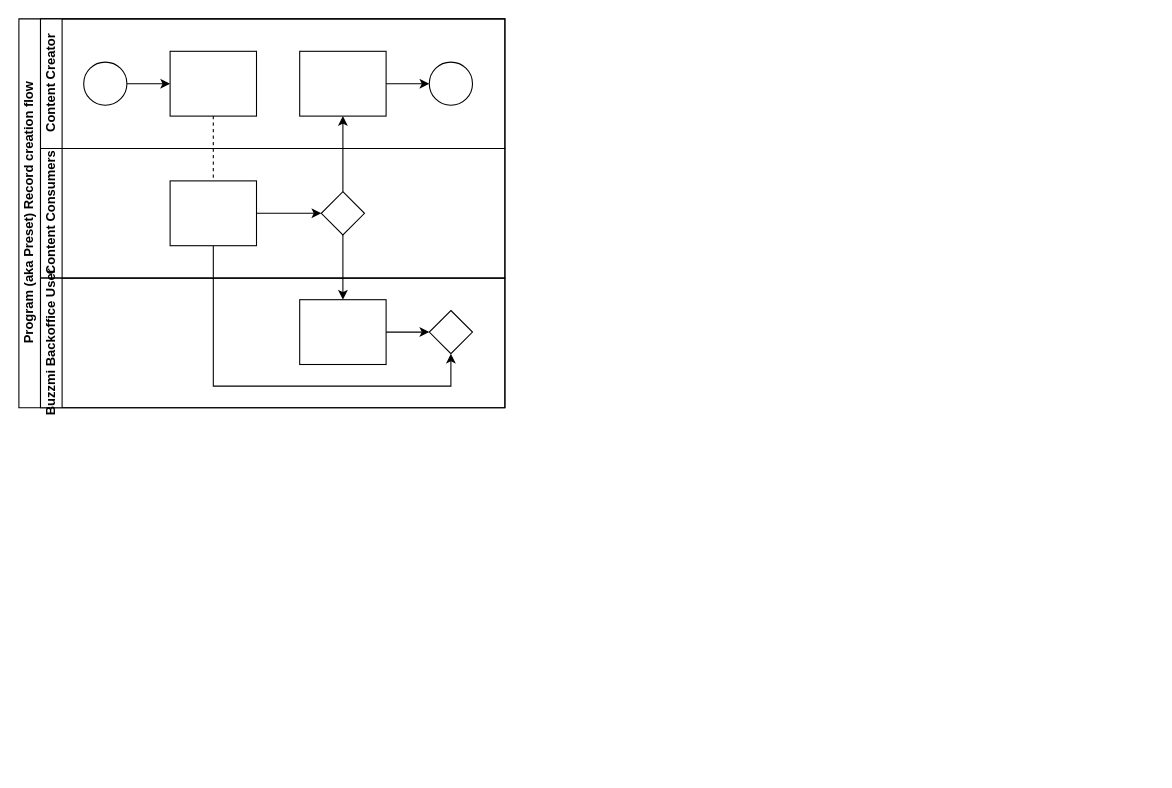
Above: Buzzmi_Program_Content_Form.drawio in Adityacs001/snippet (draw.io), before the change. Source tidied: cells renumbered, new cells numbered last; positions are measured from the earlier drawing's top-left corner, leaving out a move shared by most shapes. Both pictures are drawn from the tidied source at 108%, with x=0, y=0 at pixel (18, 18).
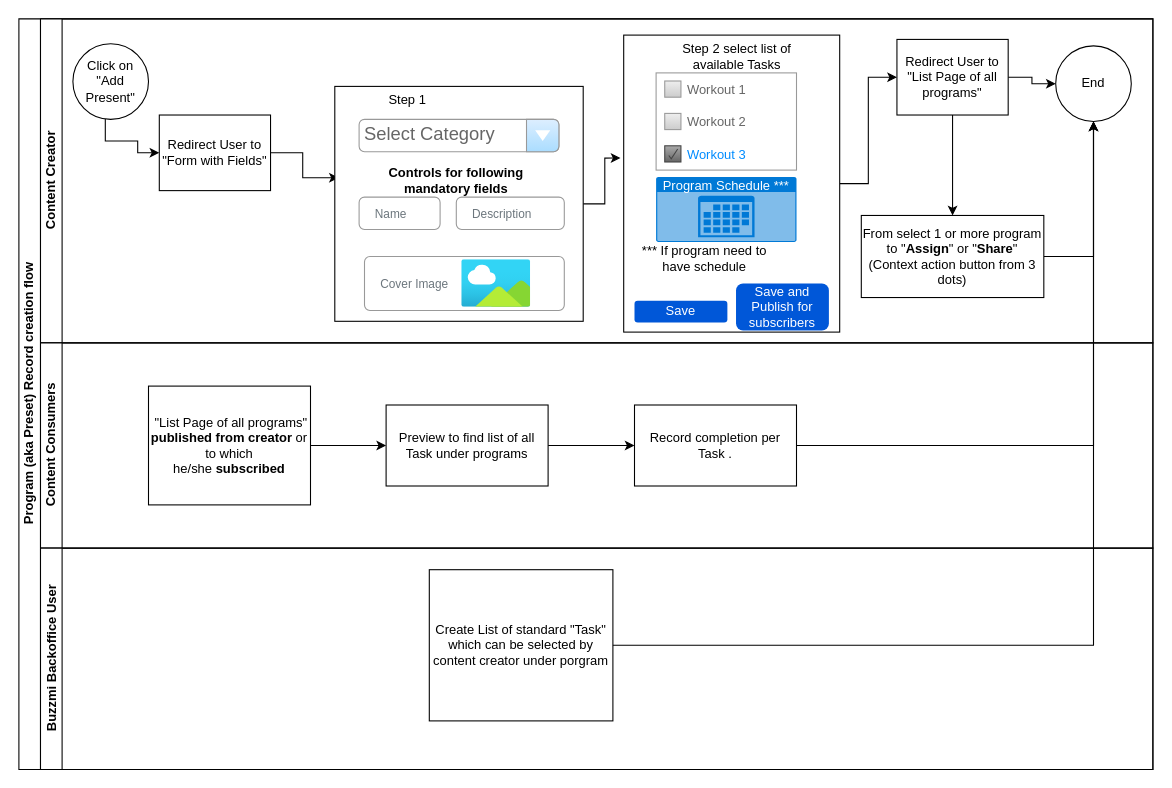
The same diagram, later.

Change to the diagram source:
```diff
@@
     <mxCell id="2" value="Program (aka Preset) Record creation flow" style="swimlane;html=1;horizontal=0;startSize=20;" parent="1" vertex="1">
-      <mxGeometry width="450" height="360" as="geometry" />
+      <mxGeometry width="1050" height="695" as="geometry" />
     </mxCell>
-    <mxCell id="3" style="edgeStyle=orthogonalEdgeStyle;rounded=0;jettySize=auto;html=1;dashed=1;endArrow=none;endFill=0;" parent="2" edge="1" source="10" target="16">
-      <mxGeometry relative="1" as="geometry" />
-    </mxCell>
-    <mxCell id="4" style="edgeStyle=orthogonalEdgeStyle;rounded=0;jettySize=auto;html=1;endArrow=classic;endFill=1;" parent="2" edge="1" source="17" target="12">
-      <mxGeometry relative="1" as="geometry" />
-    </mxCell>
-    <mxCell id="5" style="edgeStyle=orthogonalEdgeStyle;rounded=0;jettySize=auto;html=1;endArrow=classic;endFill=1;" parent="2" edge="1" source="17" target="20">
-      <mxGeometry relative="1" as="geometry" />
-    </mxCell>
-    <mxCell id="6" style="edgeStyle=orthogonalEdgeStyle;rounded=0;jettySize=auto;html=1;endArrow=classic;endFill=1;" parent="2" edge="1" source="16" target="21">
-      <mxGeometry relative="1" as="geometry">
-        <Array as="points">
-          <mxPoint x="180" y="340" />
-          <mxPoint x="400" y="340" />
-        </Array>
-      </mxGeometry>
-    </mxCell>
     <mxCell id="7" value="Content Creator" style="swimlane;html=1;startSize=20;horizontal=0;" parent="2" vertex="1">
-      <mxGeometry x="20" width="430" height="120" as="geometry" />
+      <mxGeometry x="20" width="1030" height="300" as="geometry" />
     </mxCell>
     <mxCell id="8" style="edgeStyle=orthogonalEdgeStyle;rounded=0;jettySize=auto;html=1;" parent="7" edge="1" source="9" target="10">
-      <mxGeometry relative="1" as="geometry" />
+      <mxGeometry relative="1" as="geometry">
+        <Array as="points">
+          <mxPoint x="60" y="113" />
+          <mxPoint x="90" y="113" />
+          <mxPoint x="90" y="124" />
+        </Array>
+      </mxGeometry>
     </mxCell>
-    <mxCell id="9" style="ellipse;whiteSpace=wrap;html=1;" parent="7" vertex="1">
-      <mxGeometry x="40" y="40" width="40" height="40" as="geometry" />
+    <mxCell id="9" value="Click on &quot;Add Present&quot;" style="ellipse;whiteSpace=wrap;html=1;" parent="7" vertex="1">
+      <mxGeometry x="30" y="23" width="70" height="70" as="geometry" />
     </mxCell>
+    <mxCell id="22" style="edgeStyle=orthogonalEdgeStyle;rounded=0;jettySize=auto;html=1;entryX=0.016;entryY=0.389;entryDx=0;entryDy=0;entryPerimeter=0;" parent="7" edge="1" source="10" target="24">
+      <mxGeometry relative="1" as="geometry" />
+    </mxCell>
-    <mxCell id="10" style="rounded=0;whiteSpace=wrap;html=1;fontFamily=Helvetica;fontSize=12;fontColor=#000000;align=center;" parent="7" vertex="1">
-      <mxGeometry x="120" y="30" width="80" height="60" as="geometry" />
+    <mxCell id="10" value="Redirect User to &quot;Form with Fields&quot;" style="rounded=0;whiteSpace=wrap;html=1;fontFamily=Helvetica;fontSize=12;fontColor=#000000;align=center;" parent="7" vertex="1">
+      <mxGeometry x="110" y="89" width="103" height="70" as="geometry" />
     </mxCell>
-    <mxCell id="11" style="edgeStyle=orthogonalEdgeStyle;rounded=0;jettySize=auto;html=1;endArrow=classic;endFill=1;" parent="7" edge="1" source="12" target="13">
-      <mxGeometry relative="1" as="geometry" />
-    </mxCell>
-    <mxCell id="12" style="rounded=0;whiteSpace=wrap;html=1;fontFamily=Helvetica;fontSize=12;fontColor=#000000;align=center;" parent="7" vertex="1">
-      <mxGeometry x="240" y="30" width="80" height="60" as="geometry" />
-    </mxCell>
-    <mxCell id="13" style="ellipse;whiteSpace=wrap;html=1;" parent="7" vertex="1">
-      <mxGeometry x="360" y="40" width="40" height="40" as="geometry" />
-    </mxCell>
+    <mxCell id="23" style="edgeStyle=orthogonalEdgeStyle;rounded=0;jettySize=auto;html=1;entryX=-0.015;entryY=0.414;entryDx=0;entryDy=0;entryPerimeter=0;" parent="7" edge="1" source="24" target="30">
+      <mxGeometry relative="1" as="geometry" />
+    </mxCell>
+    <mxCell id="24" style="rounded=0;whiteSpace=wrap;html=1;fontFamily=Helvetica;fontSize=12;fontColor=#000000;align=center;" parent="7" vertex="1">
+      <mxGeometry x="272.5" y="62.5" width="230" height="217.5" as="geometry" />
+    </mxCell>
+    <mxCell id="25" value="Select Category" style="strokeWidth=1;shadow=0;dashed=0;align=center;html=1;shape=mxgraph.mockup.forms.comboBox;strokeColor=#999999;fillColor=#ddeeff;align=left;fillColor2=#aaddff;mainText=;fontColor=#666666;fontSize=17;spacingLeft=3;" parent="7" vertex="1">
+      <mxGeometry x="295" y="93" width="185" height="30" as="geometry" />
+    </mxCell>
+    <mxCell id="26" value="Step 1" style="text;html=1;strokeColor=none;fillColor=none;align=center;verticalAlign=middle;whiteSpace=wrap;rounded=0;" parent="7" vertex="1">
+      <mxGeometry x="310" y="70" width="60" height="10" as="geometry" />
+    </mxCell>
+    <mxCell id="27" value="&lt;span style=&quot;font-size: 11px;&quot;&gt;Name&lt;/span&gt;" style="html=1;shadow=0;dashed=0;shape=mxgraph.bootstrap.rrect;rSize=5;fillColor=none;strokeColor=#999999;align=left;spacing=15;fontSize=14;fontColor=#6C767D;" parent="7" vertex="1">
+      <mxGeometry x="295" y="165" width="75" height="30" as="geometry" />
+    </mxCell>
+    <mxCell id="28" value="&lt;b&gt;Controls for following &lt;br&gt;mandatory fields&lt;/b&gt;" style="text;html=1;strokeColor=none;fillColor=none;align=center;verticalAlign=middle;whiteSpace=wrap;rounded=0;" parent="7" vertex="1">
+      <mxGeometry x="280" y="135" width="210" height="30" as="geometry" />
+    </mxCell>
+    <mxCell id="29" style="edgeStyle=orthogonalEdgeStyle;rounded=0;jettySize=auto;html=1;entryX=0;entryY=0.5;entryDx=0;entryDy=0;" parent="7" edge="1" source="30" target="39">
+      <mxGeometry relative="1" as="geometry" />
+    </mxCell>
+    <mxCell id="30" style="rounded=0;whiteSpace=wrap;html=1;fontFamily=Helvetica;fontSize=12;fontColor=#000000;align=center;" parent="7" vertex="1">
+      <mxGeometry x="540" y="15" width="200" height="275" as="geometry" />
+    </mxCell>
+    <mxCell id="31" value="Step 2 select list of available Tasks" style="text;html=1;strokeColor=none;fillColor=none;align=center;verticalAlign=middle;whiteSpace=wrap;rounded=0;" parent="7" vertex="1">
+      <mxGeometry x="580" y="20" width="130" height="30" as="geometry" />
+    </mxCell>
+    <mxCell id="32" style="strokeWidth=1;shadow=0;dashed=0;align=center;html=1;shape=mxgraph.mockup.forms.rrect;rSize=0;strokeColor=#999999;fillColor=#ffffff;" parent="7" vertex="1">
+      <mxGeometry x="570" y="50" width="130" height="90" as="geometry" />
+    </mxCell>
+    <mxCell id="33" value="&lt;font style=&quot;font-size: 12px;&quot;&gt;Workout 1&lt;/font&gt;" style="strokeWidth=1;shadow=0;dashed=0;align=center;html=1;shape=mxgraph.mockup.forms.rrect;rSize=0;fillColor=#eeeeee;strokeColor=#999999;gradientColor=#cccccc;align=left;spacingLeft=4;fontSize=17;fontColor=#666666;labelPosition=right;" parent="32" vertex="1">
+      <mxGeometry x="8" y="7.5" width="15" height="15" as="geometry" />
+    </mxCell>
+    <mxCell id="34" value="&lt;font style=&quot;font-size: 12px;&quot;&gt;Workout 2&lt;/font&gt;" style="strokeWidth=1;shadow=0;dashed=0;align=center;html=1;shape=mxgraph.mockup.forms.rrect;rSize=0;fillColor=#eeeeee;strokeColor=#999999;gradientColor=#cccccc;align=left;spacingLeft=4;fontSize=17;fontColor=#666666;labelPosition=right;" parent="32" vertex="1">
+      <mxGeometry x="8" y="37.5" width="15" height="15" as="geometry" />
+    </mxCell>
+    <mxCell id="35" value="&lt;font style=&quot;font-size: 12px;&quot;&gt;Workout 3&lt;/font&gt;" style="strokeWidth=1;shadow=0;dashed=0;align=center;html=1;shape=mxgraph.mockup.forms.checkbox;rSize=0;fillColor=#aaaaaa;strokeColor=#444444;gradientColor=#666666;align=left;spacingLeft=4;fontSize=17;fontColor=#008cff;labelPosition=right;" parent="32" vertex="1">
+      <mxGeometry x="8" y="67.5" width="15" height="15" as="geometry" />
+    </mxCell>
+    <mxCell id="36" value="Save" style="rounded=1;fillColor=#0057D8;strokeColor=none;html=1;whiteSpace=wrap;fontColor=#ffffff;align=center;verticalAlign=middle;fontStyle=0;fontSize=12;sketch=0;" parent="7" vertex="1">
+      <mxGeometry x="550" y="261" width="86" height="20" as="geometry" />
+    </mxCell>
+    <mxCell id="37" style="edgeStyle=orthogonalEdgeStyle;rounded=0;jettySize=auto;html=1;" parent="7" edge="1" source="39" target="40">
+      <mxGeometry relative="1" as="geometry" />
+    </mxCell>
+    <mxCell id="38" style="edgeStyle=orthogonalEdgeStyle;rounded=0;jettySize=auto;html=1;" parent="7" edge="1" source="39" target="43">
+      <mxGeometry relative="1" as="geometry" />
+    </mxCell>
+    <mxCell id="39" value="Redirect User to &quot;List Page of all programs&quot;" style="rounded=0;whiteSpace=wrap;html=1;fontFamily=Helvetica;fontSize=12;fontColor=#000000;align=center;" parent="7" vertex="1">
+      <mxGeometry x="793" y="19" width="103" height="70" as="geometry" />
+    </mxCell>
+    <mxCell id="40" value="End" style="ellipse;whiteSpace=wrap;html=1;" parent="7" vertex="1">
+      <mxGeometry x="940" y="25" width="70" height="70" as="geometry" />
+    </mxCell>
+    <mxCell id="41" value="Save and Publish for subscribers" style="rounded=1;fillColor=#0057D8;strokeColor=none;html=1;whiteSpace=wrap;fontColor=#ffffff;align=center;verticalAlign=middle;fontStyle=0;fontSize=12;sketch=0;" parent="7" vertex="1">
+      <mxGeometry x="644" y="245" width="86" height="43.5" as="geometry" />
+    </mxCell>
+    <mxCell id="42" style="edgeStyle=orthogonalEdgeStyle;rounded=0;jettySize=auto;html=1;entryX=0.5;entryY=1;entryDx=0;entryDy=0;" parent="7" edge="1" source="43" target="40">
+      <mxGeometry relative="1" as="geometry" />
+    </mxCell>
+    <mxCell id="43" value="From select 1 or more program to &quot;&lt;b&gt;Assign&lt;/b&gt;&quot; or &quot;&lt;b&gt;Share&lt;/b&gt;&quot; (Context action button from 3 dots)" style="rounded=0;whiteSpace=wrap;html=1;fontFamily=Helvetica;fontSize=12;fontColor=#000000;align=center;" parent="7" vertex="1">
+      <mxGeometry x="760" y="182" width="169" height="76" as="geometry" />
+    </mxCell>
+    <mxCell id="44" value="Program Schedule ***" style="html=1;whiteSpace=wrap;strokeColor=none;fillColor=#0079D6;labelPosition=center;verticalLabelPosition=middle;verticalAlign=top;align=center;fontSize=12;spacingTop=-6;fontColor=#FFFFFF;sketch=0;shape=mxgraph.sitemap.calendar;" parent="7" vertex="1">
+      <mxGeometry x="570" y="146.5" width="130" height="60" as="geometry" />
+    </mxCell>
+    <mxCell id="45" value="&lt;span style=&quot;font-size: 11px;&quot;&gt;Cover Image&lt;/span&gt;" style="html=1;shadow=0;dashed=0;shape=mxgraph.bootstrap.rrect;rSize=5;fillColor=none;strokeColor=#999999;align=left;spacing=15;fontSize=14;fontColor=#6C767D;" parent="7" vertex="1">
+      <mxGeometry x="300" y="220" width="185" height="50" as="geometry" />
+    </mxCell>
+    <mxCell id="46" value="&lt;span style=&quot;font-size: 11px;&quot;&gt;Description&lt;/span&gt;" style="html=1;shadow=0;dashed=0;shape=mxgraph.bootstrap.rrect;rSize=5;fillColor=none;strokeColor=#999999;align=left;spacing=15;fontSize=14;fontColor=#6C767D;" parent="7" vertex="1">
+      <mxGeometry x="385" y="165" width="100" height="30" as="geometry" />
+    </mxCell>
+    <mxCell id="47" style="image;html=1;align=center;fontSize=12;image=img/lib/azure2/general/Image.svg;" parent="7" vertex="1">
+      <mxGeometry x="390" y="223" width="64" height="44" as="geometry" />
+    </mxCell>
+    <mxCell id="48" value="*** If program need to have schedule" style="text;html=1;strokeColor=none;fillColor=none;align=center;verticalAlign=middle;whiteSpace=wrap;rounded=0;" parent="7" vertex="1">
+      <mxGeometry x="550" y="206.5" width="130" height="30" as="geometry" />
+    </mxCell>
     <mxCell id="14" value="Content Consumers" style="swimlane;html=1;startSize=20;horizontal=0;" parent="2" vertex="1">
-      <mxGeometry x="20" y="120" width="430" height="120" as="geometry" />
+      <mxGeometry x="20" y="300" width="1030" height="190" as="geometry" />
     </mxCell>
-    <mxCell id="15" style="edgeStyle=orthogonalEdgeStyle;rounded=0;jettySize=auto;html=1;endArrow=classic;endFill=1;" parent="14" edge="1" source="16" target="17">
-      <mxGeometry relative="1" as="geometry" />
-    </mxCell>
-    <mxCell id="16" style="rounded=0;whiteSpace=wrap;html=1;fontFamily=Helvetica;fontSize=12;fontColor=#000000;align=center;" parent="14" vertex="1">
-      <mxGeometry x="120" y="30" width="80" height="60" as="geometry" />
-    </mxCell>
-    <mxCell id="17" style="rhombus;whiteSpace=wrap;html=1;fontFamily=Helvetica;fontSize=12;fontColor=#000000;align=center;" parent="14" vertex="1">
-      <mxGeometry x="260" y="40" width="40" height="40" as="geometry" />
-    </mxCell>
+    <mxCell id="49" style="edgeStyle=orthogonalEdgeStyle;rounded=0;jettySize=auto;html=1;" parent="14" edge="1" source="50" target="52">
+      <mxGeometry relative="1" as="geometry" />
+    </mxCell>
+    <mxCell id="50" value="&amp;nbsp;&quot;List Page of all programs&quot; &lt;b&gt;published from creator &lt;/b&gt;or to which he/she&amp;nbsp;&lt;b&gt;subscribed&lt;/b&gt;" style="rounded=0;whiteSpace=wrap;html=1;fontFamily=Helvetica;fontSize=12;fontColor=#000000;align=center;" parent="14" vertex="1">
+      <mxGeometry x="100" y="40" width="150" height="110" as="geometry" />
+    </mxCell>
+    <mxCell id="51" style="edgeStyle=orthogonalEdgeStyle;rounded=0;jettySize=auto;html=1;" parent="14" edge="1" source="52" target="53">
+      <mxGeometry relative="1" as="geometry" />
+    </mxCell>
+    <mxCell id="52" value="Preview to find list of all Task under programs" style="rounded=0;whiteSpace=wrap;html=1;fontFamily=Helvetica;fontSize=12;fontColor=#000000;align=center;" parent="14" vertex="1">
+      <mxGeometry x="320" y="57.5" width="150" height="75" as="geometry" />
+    </mxCell>
+    <mxCell id="53" value="Record completion per Task ." style="rounded=0;whiteSpace=wrap;html=1;fontFamily=Helvetica;fontSize=12;fontColor=#000000;align=center;" parent="14" vertex="1">
+      <mxGeometry x="550" y="57.5" width="150" height="75" as="geometry" />
+    </mxCell>
     <mxCell id="18" value="Buzzmi Backoffice User" style="swimlane;html=1;startSize=20;horizontal=0;" parent="2" vertex="1">
-      <mxGeometry x="20" y="240" width="430" height="120" as="geometry" />
+      <mxGeometry x="20" y="490" width="1030" height="205" as="geometry" />
     </mxCell>
-    <mxCell id="19" style="edgeStyle=orthogonalEdgeStyle;rounded=0;jettySize=auto;html=1;endArrow=classic;endFill=1;" parent="18" edge="1" source="20" target="21">
-      <mxGeometry relative="1" as="geometry" />
-    </mxCell>
-    <mxCell id="20" style="rounded=0;whiteSpace=wrap;html=1;fontFamily=Helvetica;fontSize=12;fontColor=#000000;align=center;" parent="18" vertex="1">
-      <mxGeometry x="240" y="20" width="80" height="60" as="geometry" />
-    </mxCell>
-    <mxCell id="21" style="rhombus;whiteSpace=wrap;html=1;fontFamily=Helvetica;fontSize=12;fontColor=#000000;align=center;" parent="18" vertex="1">
-      <mxGeometry x="360" y="30" width="40" height="40" as="geometry" />
-    </mxCell>
+    <mxCell id="54" value="Create List of standard &quot;Task&quot; which can be selected by content creator under porgram" style="rounded=0;whiteSpace=wrap;html=1;fontFamily=Helvetica;fontSize=12;fontColor=#000000;align=center;" parent="18" vertex="1">
+      <mxGeometry x="360" y="20" width="170" height="140" as="geometry" />
+    </mxCell>
+    <mxCell id="55" style="edgeStyle=orthogonalEdgeStyle;rounded=0;jettySize=auto;html=1;" parent="2" edge="1" source="54" target="40">
+      <mxGeometry relative="1" as="geometry" />
+    </mxCell>
+    <mxCell id="56" style="edgeStyle=orthogonalEdgeStyle;rounded=0;jettySize=auto;html=1;" parent="2" edge="1" source="53" target="40">
+      <mxGeometry relative="1" as="geometry" />
+    </mxCell>
```
